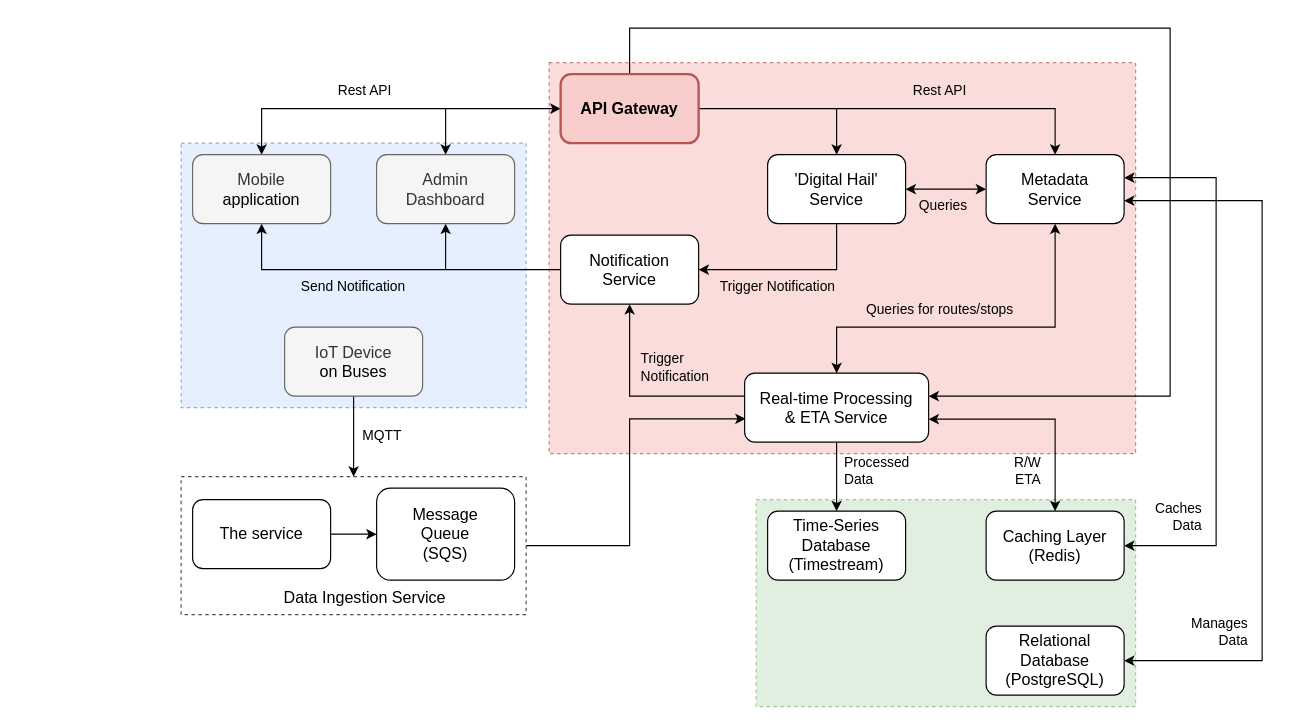
lukas0173/Draw.io keeps this draw.io diagram as AWSSystemComponentDesign.drawio. Above is the earlier version. Source tidied: cells renumbered, new cells numbered last; positions are measured from the earlier drawing's top-left corner, leaving out a move shared by most shapes. Both pictures are drawn from the tidied source at 115%, with x=0, y=0 at pixel (181, 28).
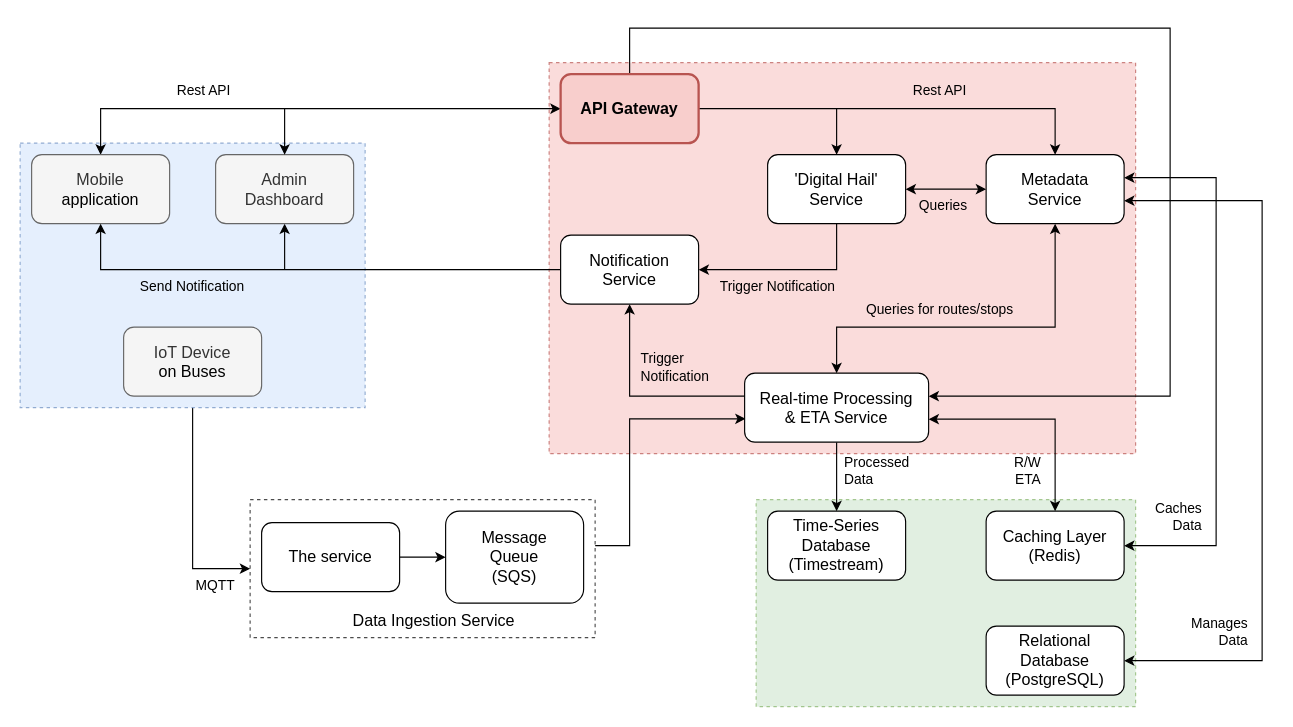
The same page after the edit.

What changed in the source:
```diff
@@
+    <mxCell id="51" style="edgeStyle=orthogonalEdgeStyle;rounded=0;jettySize=auto;html=1;entryX=0;entryY=0.5;entryDx=0;entryDy=0;" parent="1" edge="1" source="4" target="6">
+      <mxGeometry relative="1" as="geometry" />
+    </mxCell>
     <mxCell id="4" style="rounded=0;whiteSpace=wrap;html=1;dashed=1;fillColor=#dae8fc;strokeColor=#6c8ebf;opacity=70;" parent="1" vertex="1">
-      <mxGeometry y="100" width="300" height="230" as="geometry" />
+      <mxGeometry x="-140" y="100" width="300" height="230" as="geometry" />
     </mxCell>
@@
     <mxCell id="6" style="rounded=0;whiteSpace=wrap;html=1;dashed=1;opacity=70;" parent="1" vertex="1">
-      <mxGeometry y="390" width="300" height="120" as="geometry" />
+      <mxGeometry x="60" y="410" width="300" height="120" as="geometry" />
     </mxCell>
-    <mxCell id="7" style="edgeStyle=orthogonalEdgeStyle;rounded=0;jettySize=auto;html=1;entryX=0.5;entryY=0;entryDx=0;entryDy=0;" parent="1" edge="1" source="8" target="6">
-      <mxGeometry relative="1" as="geometry" />
-    </mxCell>
     <mxCell id="8" value="&lt;font style=&quot;font-size: 14px;&quot;&gt;IoT Device&lt;/font&gt;&lt;div&gt;&lt;span style=&quot;background-color: transparent; color: light-dark(rgb(0, 0, 0), rgb(255, 255, 255));&quot;&gt;&lt;font style=&quot;font-size: 14px;&quot;&gt;on Buses&lt;/font&gt;&lt;/span&gt;&lt;/div&gt;" style="rounded=1;whiteSpace=wrap;html=1;fillColor=#f5f5f5;fontColor=#333333;strokeColor=#666666;" parent="1" vertex="1">
-      <mxGeometry x="90" y="260" width="120" height="60" as="geometry" />
+      <mxGeometry x="-50" y="260" width="120" height="60" as="geometry" />
     </mxCell>
     <mxCell id="9" style="edgeStyle=orthogonalEdgeStyle;rounded=0;jettySize=auto;html=1;endArrow=none;endFill=0;startArrow=classic;startFill=1;" parent="1" edge="1" source="10">
       <mxGeometry relative="1" as="geometry">
-        <mxPoint x="230" y="70" as="targetPoint" />
+        <mxPoint x="90" y="70" as="targetPoint" />
         <Array as="points">
-          <mxPoint x="70" y="70" />
+          <mxPoint x="-70" y="70" />
         </Array>
       </mxGeometry>
     </mxCell>
     <mxCell id="10" value="&lt;span style=&quot;font-size: 14px;&quot;&gt;Mobile&lt;/span&gt;&lt;div&gt;&lt;span style=&quot;font-size: 14px; background-color: transparent; color: light-dark(rgb(0, 0, 0), rgb(255, 255, 255));&quot;&gt;application&lt;/span&gt;&lt;/div&gt;" style="rounded=1;whiteSpace=wrap;html=1;fillColor=#f5f5f5;fontColor=#333333;strokeColor=#666666;" parent="1" vertex="1">
-      <mxGeometry x="10" y="110" width="120" height="60" as="geometry" />
+      <mxGeometry x="-130" y="110" width="120" height="60" as="geometry" />
     </mxCell>
     <mxCell id="11" style="edgeStyle=orthogonalEdgeStyle;rounded=0;jettySize=auto;html=1;endArrow=none;endFill=0;startArrow=classic;startFill=1;" parent="1" edge="1" source="12">
       <mxGeometry relative="1" as="geometry">
-        <mxPoint x="230" y="210" as="targetPoint" />
+        <mxPoint x="90" y="210" as="targetPoint" />
       </mxGeometry>
     </mxCell>
     <mxCell id="12" value="&lt;span style=&quot;font-size: 14px;&quot;&gt;Admin&lt;/span&gt;&lt;div&gt;&lt;span style=&quot;font-size: 14px;&quot;&gt;Dashboard&lt;/span&gt;&lt;/div&gt;" style="rounded=1;whiteSpace=wrap;html=1;fillColor=#f5f5f5;fontColor=#333333;strokeColor=#666666;" parent="1" vertex="1">
-      <mxGeometry x="170" y="110" width="120" height="60" as="geometry" />
+      <mxGeometry x="30" y="110" width="120" height="60" as="geometry" />
     </mxCell>
@@
     <mxCell id="14" value="&lt;span&gt;The service&lt;/span&gt;" style="rounded=1;whiteSpace=wrap;html=1;fontSize=14;" parent="1" vertex="1">
-      <mxGeometry x="10" y="410" width="120" height="60" as="geometry" />
+      <mxGeometry x="70" y="430" width="120" height="60" as="geometry" />
     </mxCell>
     <mxCell id="15" value="&lt;span style=&quot;font-size: 14px;&quot;&gt;Message&lt;/span&gt;&lt;div&gt;&lt;span style=&quot;font-size: 14px;&quot;&gt;Queue&lt;br&gt;(SQS)&lt;/span&gt;&lt;/div&gt;" style="rounded=1;whiteSpace=wrap;html=1;" parent="1" vertex="1">
-      <mxGeometry x="170" y="400" width="120" height="80" as="geometry" />
+      <mxGeometry x="230" y="420" width="120" height="80" as="geometry" />
     </mxCell>
     <mxCell id="16" value="&lt;span style=&quot;font-size: 14px;&quot;&gt;Data Ingestion&amp;nbsp;&lt;/span&gt;&lt;span style=&quot;font-size: 14px; background-color: transparent; color: light-dark(rgb(0, 0, 0), rgb(255, 255, 255));&quot;&gt;Service&lt;/span&gt;" style="text;html=1;whiteSpace=wrap;strokeColor=none;fillColor=none;align=center;verticalAlign=middle;rounded=0;" parent="1" vertex="1">
-      <mxGeometry x="75" y="480" width="170" height="30" as="geometry" />
+      <mxGeometry x="135" y="500" width="170" height="30" as="geometry" />
     </mxCell>
     <mxCell id="17" value="MQTT" style="text;html=1;whiteSpace=wrap;strokeColor=none;fillColor=none;align=center;verticalAlign=middle;rounded=0;" parent="1" vertex="1">
-      <mxGeometry x="145" y="340" width="60" height="30" as="geometry" />
+      <mxGeometry y="470" width="60" height="30" as="geometry" />
     </mxCell>
@@
     <mxCell id="32" value="Send Notification" style="text;html=1;whiteSpace=wrap;strokeColor=none;fillColor=none;align=center;verticalAlign=middle;rounded=0;" parent="1" vertex="1">
-      <mxGeometry x="80" y="210" width="140" height="30" as="geometry" />
+      <mxGeometry x="-60" y="210" width="140" height="30" as="geometry" />
     </mxCell>
@@
     <mxCell id="39" value="Rest API" style="text;html=1;whiteSpace=wrap;strokeColor=none;fillColor=none;align=center;verticalAlign=middle;rounded=0;" parent="1" vertex="1">
-      <mxGeometry x="130" y="40" width="60" height="30" as="geometry" />
+      <mxGeometry x="-10" y="40" width="60" height="30" as="geometry" />
     </mxCell>
```
